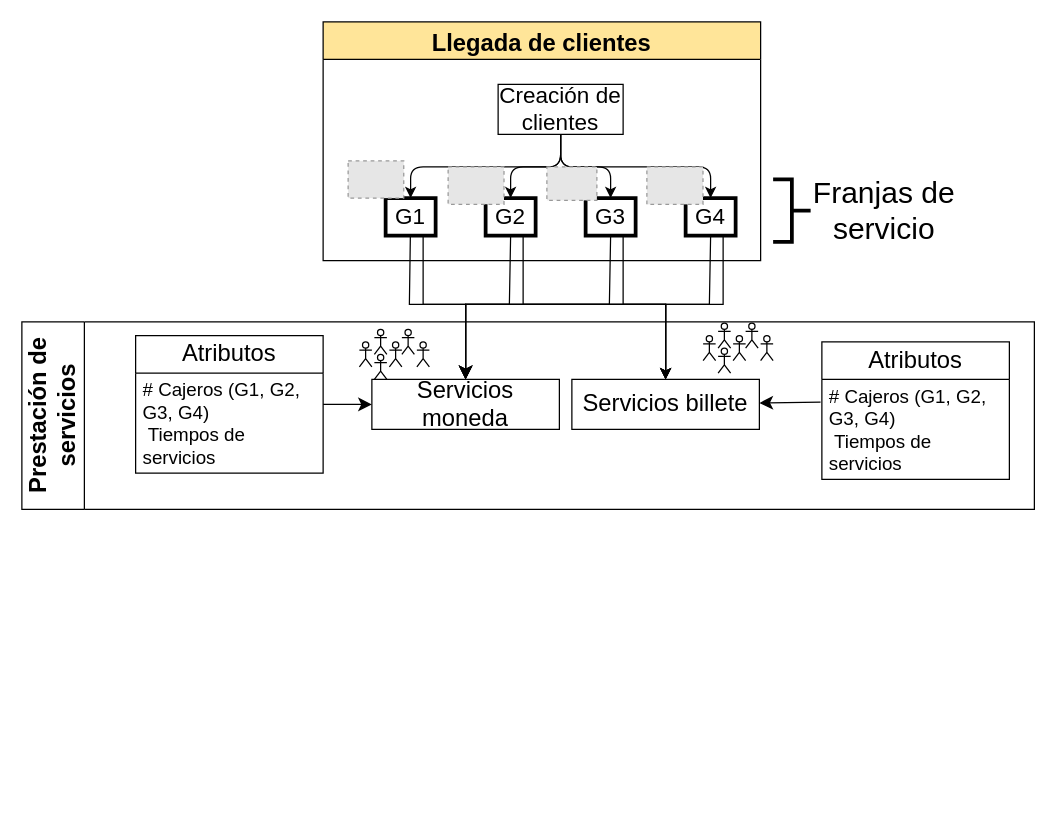
Above: Methodology.drawio in lorerubiano22/LSRR_Working (draw.io), before the change. Source tidied: cells renumbered, new cells numbered last; positions are measured from the earlier drawing's top-left corner, leaving out a move shared by most shapes. Both pictures are drawn from the tidied source at 125%, with x=0, y=0 at pixel (21, 21). Pictures stored in the file or linked from it are replaced by grey dashed boxes.
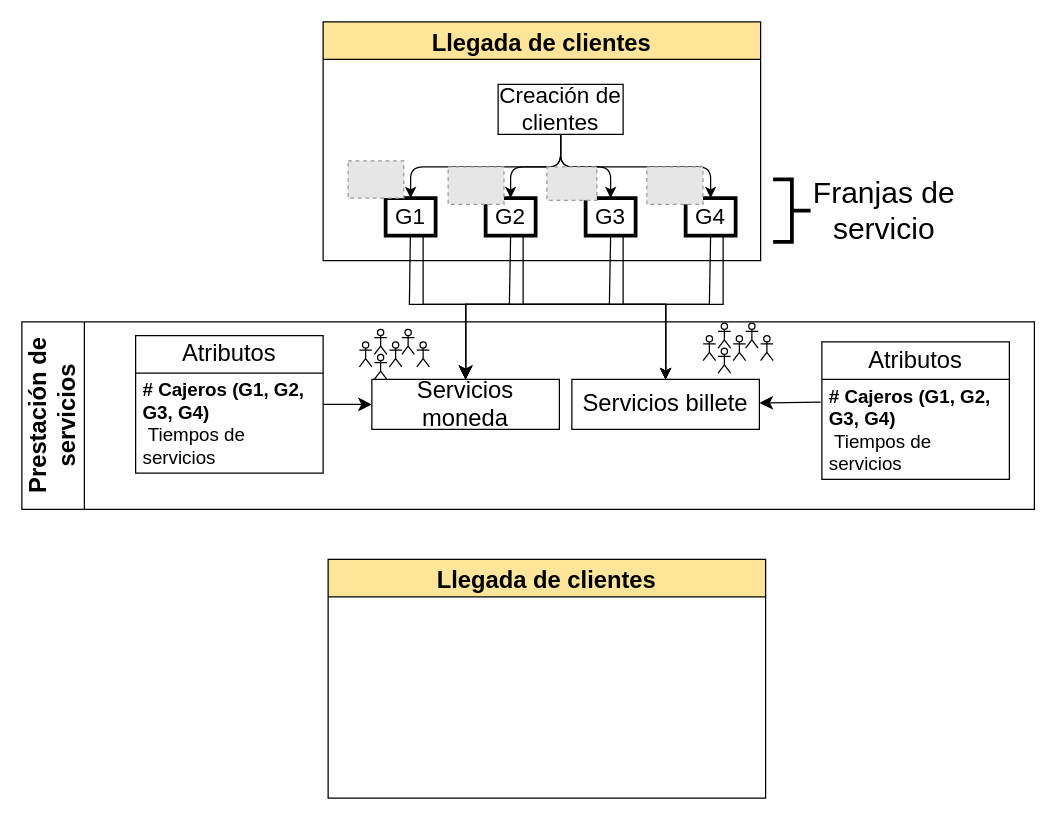
After the change.

Unchanged cells that the change refers to:
```xml
<mxCell id="22" value="&lt;span style=&quot;color: light-dark(rgb(0, 0, 0), rgb(0, 0, 0));&quot;&gt;Atributos&lt;/span&gt;" style="swimlane;fontStyle=0;horizontal=1;startSize=30;whiteSpace=wrap;html=1;fontColor=light-dark(#000000,#FFFFFF);fillColor=light-dark(#FFFFFF,#FFFFFF);strokeColor=light-dark(#000000,#000000);fontSize=19;" parent="1" vertex="1">
  <mxGeometry x="91" y="251" width="150" height="110" as="geometry" />
</mxCell>
<mxCell id="24" value="&lt;span style=&quot;color: light-dark(rgb(0, 0, 0), rgb(0, 0, 0));&quot;&gt;Atributos&lt;/span&gt;" style="swimlane;fontStyle=0;horizontal=1;startSize=30;whiteSpace=wrap;html=1;fontColor=light-dark(#000000,#FFFFFF);fillColor=light-dark(#FFFFFF,#FFFFFF);strokeColor=light-dark(#000000,#000000);fontSize=19;" parent="1" vertex="1">
  <mxGeometry x="640" y="256" width="150" height="110" as="geometry" />
</mxCell>
```

What changed in the source:
```diff
@@
-    <mxCell id="23" value="&lt;span style=&quot;color: light-dark(rgb(0, 0, 0), rgb(0, 0, 0));&quot;&gt;&lt;font style=&quot;font-size: 15px;&quot;&gt;# Cajeros (G1, G2, G3, G4)&lt;/font&gt;&lt;/span&gt;&lt;div&gt;&lt;span style=&quot;color: light-dark(rgb(0, 0, 0), rgb(0, 0, 0));&quot;&gt;&lt;font style=&quot;font-size: 15px;&quot;&gt;&amp;nbsp;Tiempos de servicios&lt;/font&gt;&lt;/span&gt;&lt;/div&gt;" style="text;strokeColor=none;fillColor=none;align=left;verticalAlign=middle;spacingLeft=4;spacingRight=4;overflow=hidden;whiteSpace=wrap;html=1;" parent="22" vertex="1">
+    <mxCell id="23" value="&lt;span style=&quot;color: light-dark(rgb(0, 0, 0), rgb(0, 0, 0));&quot;&gt;&lt;font style=&quot;font-size: 15px;&quot;&gt;&lt;b&gt;# Cajeros (G1, G2, G3, G4)&lt;/b&gt;&lt;/font&gt;&lt;/span&gt;&lt;div&gt;&lt;span style=&quot;color: light-dark(rgb(0, 0, 0), rgb(0, 0, 0));&quot;&gt;&lt;font style=&quot;font-size: 15px;&quot;&gt;&amp;nbsp;Tiempos de servicios&lt;/font&gt;&lt;/span&gt;&lt;/div&gt;" style="text;strokeColor=none;fillColor=none;align=left;verticalAlign=middle;spacingLeft=4;spacingRight=4;overflow=hidden;whiteSpace=wrap;html=1;" parent="22" vertex="1">
       <mxGeometry y="30" width="150" height="80" as="geometry" />
     </mxCell>
@@
-    <mxCell id="25" value="&lt;span style=&quot;color: light-dark(rgb(0, 0, 0), rgb(0, 0, 0));&quot;&gt;&lt;font style=&quot;font-size: 15px;&quot;&gt;# Cajeros (G1, G2, G3, G4)&lt;/font&gt;&lt;/span&gt;&lt;div&gt;&lt;span style=&quot;color: light-dark(rgb(0, 0, 0), rgb(0, 0, 0));&quot;&gt;&lt;font style=&quot;font-size: 15px;&quot;&gt;&amp;nbsp;Tiempos de servicios&lt;/font&gt;&lt;/span&gt;&lt;/div&gt;" style="text;strokeColor=none;fillColor=none;align=left;verticalAlign=middle;spacingLeft=4;spacingRight=4;overflow=hidden;points=[[0,0.5],[1,0.5]];portConstraint=eastwest;whiteSpace=wrap;html=1;" parent="24" vertex="1">
+    <mxCell id="25" value="&lt;span style=&quot;color: light-dark(rgb(0, 0, 0), rgb(0, 0, 0));&quot;&gt;&lt;font style=&quot;font-size: 15px;&quot;&gt;&lt;b&gt;# Cajeros (G1, G2, G3, G4)&lt;/b&gt;&lt;/font&gt;&lt;/span&gt;&lt;div&gt;&lt;span style=&quot;color: light-dark(rgb(0, 0, 0), rgb(0, 0, 0));&quot;&gt;&lt;font style=&quot;font-size: 15px;&quot;&gt;&amp;nbsp;Tiempos de servicios&lt;/font&gt;&lt;/span&gt;&lt;/div&gt;" style="text;strokeColor=none;fillColor=none;align=left;verticalAlign=middle;spacingLeft=4;spacingRight=4;overflow=hidden;points=[[0,0.5],[1,0.5]];portConstraint=eastwest;whiteSpace=wrap;html=1;" parent="24" vertex="1">
       <mxGeometry y="30" width="150" height="80" as="geometry" />
     </mxCell>
@@
+    <mxCell id="49" value="Llegada de clientes" style="swimlane;startSize=30;horizontal=1;horizontalTree=0;sortEdges=1;containerType=tree;fontSize=19;fontColor=light-dark(#000000,#000000);labelBackgroundColor=none;fillColor=light-dark(#FFE599,#FFFFFF);strokeColor=light-dark(#000000,#FFE599);gradientColor=none;swimlaneFillColor=light-dark(#FFFFFF,#FFE599);" parent="1" vertex="1">
+      <mxGeometry x="245" y="430" width="350" height="191" as="geometry" />
+    </mxCell>
```
